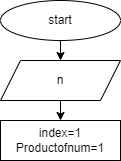
The draw.io diagram task1.drawio.png in daria9408/daria9408, before a commit. Source tidied: cells renumbered, new cells last; positions are measured from the earlier drawing's top-left corner, leaving out a move shared by most shapes. Source of this version:
```xml
<mxGraphModel>
  <root>
    <mxCell id="0" />
    <mxCell id="1" parent="0" />
    <mxCell id="2" style="edgeStyle=none;html=1;" parent="1" edge="1" source="3" target="5">
      <mxGeometry relative="1" as="geometry" />
    </mxCell>
    <mxCell id="3" value="start" style="ellipse;whiteSpace=wrap;html=1;" parent="1" vertex="1">
      <mxGeometry width="120" height="40" as="geometry" />
    </mxCell>
    <mxCell id="4" style="edgeStyle=none;html=1;" parent="1" edge="1" source="5" target="6">
      <mxGeometry relative="1" as="geometry" />
    </mxCell>
    <mxCell id="5" value="n" style="shape=parallelogram;perimeter=parallelogramPerimeter;whiteSpace=wrap;html=1;fixedSize=1;" parent="1" vertex="1">
      <mxGeometry y="60" width="120" height="40" as="geometry" />
    </mxCell>
    <mxCell id="6" value="index=1&lt;br&gt;Productofnum=1" style="whiteSpace=wrap;html=1;" parent="1" vertex="1">
      <mxGeometry y="120" width="120" height="40" as="geometry" />
    </mxCell>
  </root>
</mxGraphModel>
```
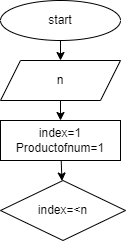
Above is the later version.

Commit message:
добавлено осн. условие

What changed in the source:
```diff
@@ -14,8 +14,14 @@
     <mxCell id="5" value="n" style="shape=parallelogram;perimeter=parallelogramPerimeter;whiteSpace=wrap;html=1;fixedSize=1;" parent="1" vertex="1">
       <mxGeometry y="60" width="120" height="40" as="geometry" />
     </mxCell>
+    <mxCell id="7" style="edgeStyle=none;html=1;" parent="1" edge="1" source="6" target="8">
+      <mxGeometry relative="1" as="geometry" />
+    </mxCell>
     <mxCell id="6" value="index=1&lt;br&gt;Productofnum=1" style="whiteSpace=wrap;html=1;" parent="1" vertex="1">
       <mxGeometry y="120" width="120" height="40" as="geometry" />
     </mxCell>
+    <mxCell id="8" value="index=&amp;lt;n" style="rhombus;whiteSpace=wrap;html=1;" parent="1" vertex="1">
+      <mxGeometry y="180" width="125" height="60" as="geometry" />
+    </mxCell>
   </root>
 </mxGraphModel>
```
